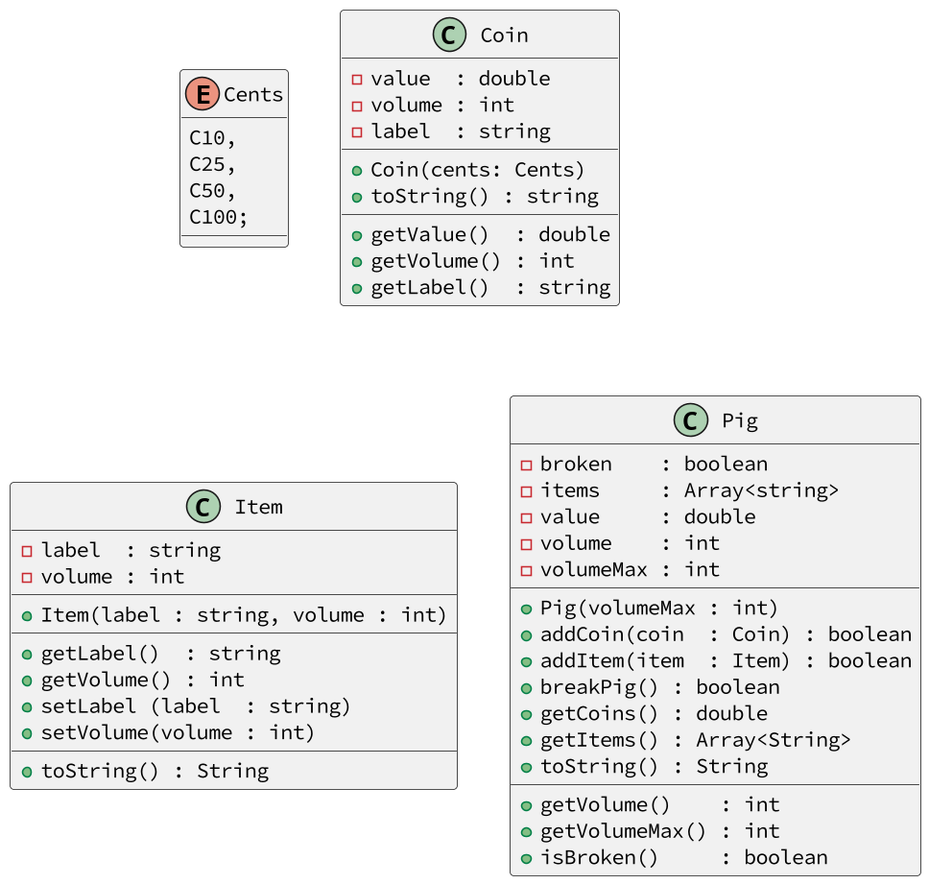
qxcodepoo/arcade keeps this PlantUML diagram as base/017/diagrama.png. Above is the earlier version.
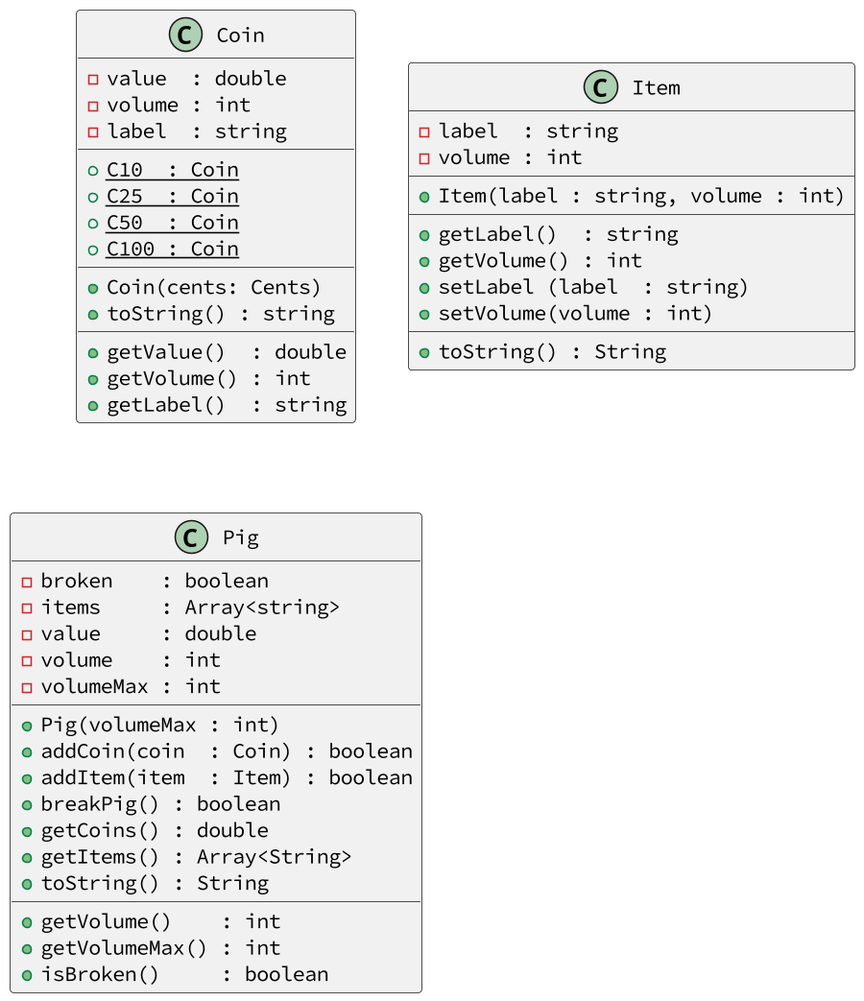
After the commit.

Diff of the diagram source:
```diff
@@ -1,16 +1,15 @@
 @startuml
 skinparam defaultFontName Hasklig
 skinparam dpi 150
-enum Cents{
-  C10,
-  C25,
-  C50,
-  C100;
-}
 class Coin {
   - value  : double
   - volume : int
   - label  : string
+  __
+  + {static} C10  : Coin
+  + {static} C25  : Coin
+  + {static} C50  : Coin
+  + {static} C100 : Coin
   __
   + Coin(cents: Cents)
   + toString() : string
```
